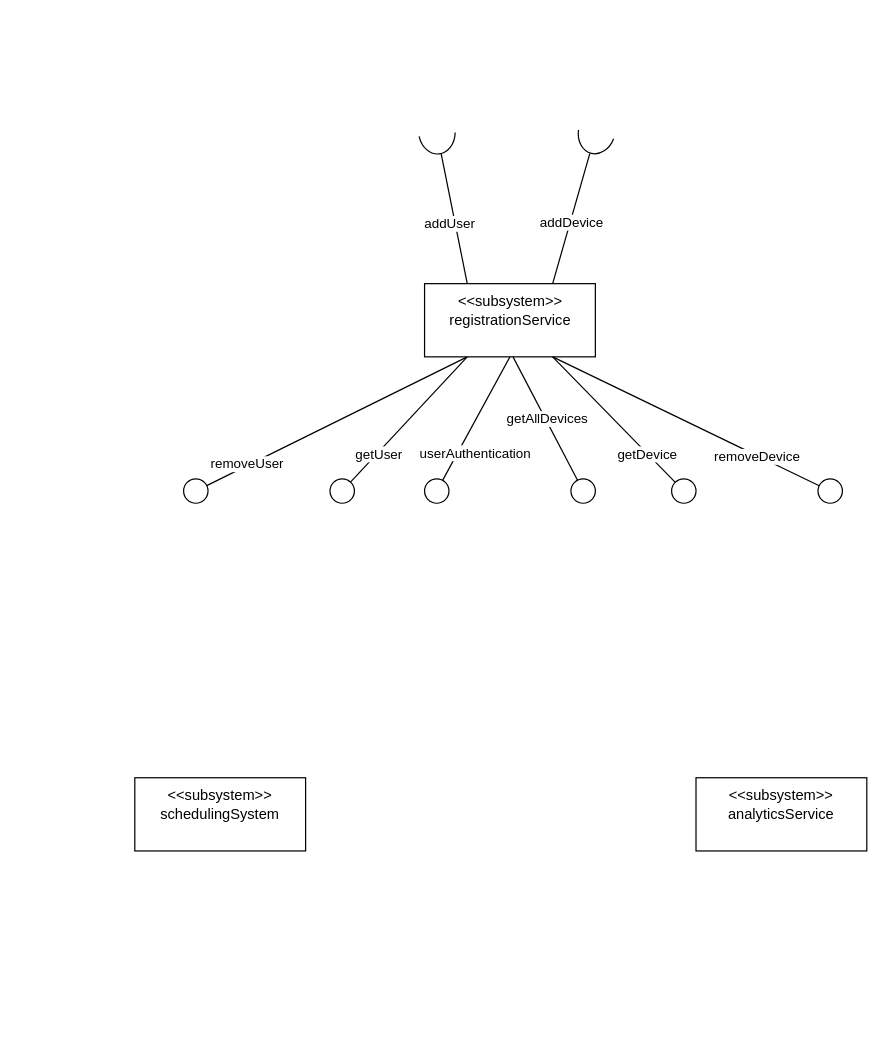
Above: milestone-2/C&C_Diagram.drawio in uvic-teach/project-m1-team15 (draw.io), before the change. Source tidied: cells renumbered, new cells numbered last; positions are measured from the earlier drawing's top-left corner, leaving out a move shared by most shapes. Both pictures are drawn from the tidied source at 122%, with x=0, y=0 at pixel (134, 21).
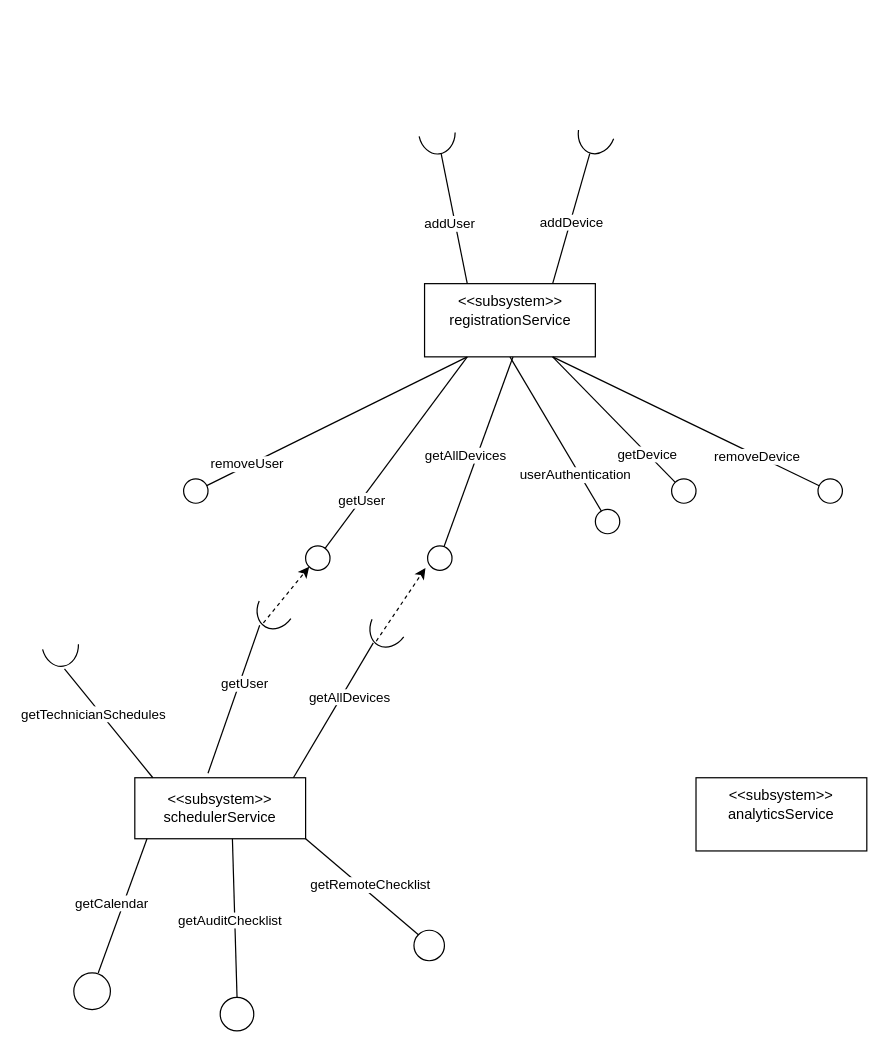
Above is the later version.

Commit message:
updated c&c diagram to include scheduler

Change to the diagram source:
```diff
@@
-    <mxCell id="7" style="endArrow=none;html=1;rounded=0;exitX=0.25;exitY=1;exitDx=0;exitDy=0;" parent="1" edge="1" source="27">
-      <mxGeometry relative="1" as="geometry">
-        <mxPoint x="170" y="385" as="targetPoint" />
-      </mxGeometry>
-    </mxCell>
-    <mxCell id="8" style="endArrow=none;html=1;rounded=0;" parent="1" edge="1" source="22">
-      <mxGeometry relative="1" as="geometry">
-        <mxPoint x="370" y="385" as="targetPoint" />
-      </mxGeometry>
-    </mxCell>
@@
     <mxCell id="22" style="ellipse;whiteSpace=wrap;html=1;" parent="1" vertex="1">
-      <mxGeometry x="357.5" y="375" width="20" height="20" as="geometry" />
+      <mxGeometry x="240" y="430" width="20" height="20" as="geometry" />
     </mxCell>
-    <mxCell id="23" style="endArrow=none;html=1;rounded=0;entryX=0.5;entryY=1;entryDx=0;entryDy=0;" parent="1" edge="1" target="24">
-      <mxGeometry relative="1" as="geometry">
-        <mxPoint x="250" y="385" as="sourcePoint" />
-      </mxGeometry>
-    </mxCell>
     <mxCell id="24" style="ellipse;whiteSpace=wrap;html=1;" parent="1" vertex="1">
-      <mxGeometry x="237.5" y="375" width="20" height="20" as="geometry" />
+      <mxGeometry x="377.5" y="400" width="20" height="20" as="geometry" />
     </mxCell>
@@
     <mxCell id="27" style="ellipse;whiteSpace=wrap;html=1;" parent="1" vertex="1">
-      <mxGeometry x="160" y="375" width="20" height="20" as="geometry" />
+      <mxGeometry x="140" y="430" width="20" height="20" as="geometry" />
     </mxCell>
@@
-    <mxCell id="37" value="schedulingSystem" style="rounded=0;whiteSpace=wrap;html=1;" parent="1" vertex="1">
-      <mxGeometry y="620" width="140" height="60" as="geometry" />
+    <mxCell id="37" style="rounded=0;whiteSpace=wrap;html=1;" parent="1" vertex="1">
+      <mxGeometry y="620" width="140" height="50" as="geometry" />
     </mxCell>
-    <mxCell id="38" value="&amp;lt;&amp;lt;subsystem&amp;gt;&amp;gt;" style="text;html=1;strokeColor=none;fillColor=none;align=center;verticalAlign=middle;whiteSpace=wrap;rounded=0;" parent="1" vertex="1">
-      <mxGeometry x="40" y="620" width="60" height="30" as="geometry" />
-    </mxCell>
@@
+    <mxCell id="41" style="endArrow=none;html=1;rounded=0;exitX=0.13;exitY=-0.061;exitDx=0;exitDy=0;exitPerimeter=0;entryX=-0.031;entryY=0.349;entryDx=0;entryDy=0;entryPerimeter=0;" parent="1" edge="1" target="43">
+      <mxGeometry relative="1" as="geometry">
+        <mxPoint x="60" y="616.3" as="sourcePoint" />
+      </mxGeometry>
+    </mxCell>
+    <mxCell id="42" value="getUser" style="edgeLabel;html=1;align=center;verticalAlign=middle;" parent="41" vertex="1">
+      <mxGeometry x="0.37" y="-1" relative="1" as="geometry">
+        <mxPoint y="9" as="offset" />
+      </mxGeometry>
+    </mxCell>
+    <mxCell id="43" style="verticalLabelPosition=bottom;verticalAlign=top;html=1;shape=mxgraph.basic.arc;startAngle=0.5205747559124867;endAngle=0.9747492307754936;rotation=-60;" parent="1" vertex="1">
+      <mxGeometry x="97.5" y="465" width="37.5" height="30" as="geometry" />
+    </mxCell>
+    <mxCell id="44" value="&amp;lt;&amp;lt;subsystem&amp;gt;&amp;gt;&lt;br&gt;schedulerService" style="text;html=1;strokeColor=none;fillColor=none;align=center;verticalAlign=middle;whiteSpace=wrap;rounded=0;" parent="1" vertex="1">
+      <mxGeometry x="10" y="630" width="120" height="30" as="geometry" />
+    </mxCell>
+    <mxCell id="45" style="endArrow=classic;html=1;rounded=0;exitX=0.053;exitY=0.405;exitDx=0;exitDy=0;exitPerimeter=0;entryX=0;entryY=1;entryDx=0;entryDy=0;dashed=1;" parent="1" edge="1" source="43" target="27">
+      <mxGeometry relative="1" as="geometry" />
+    </mxCell>
+    <mxCell id="46" style="endArrow=none;html=1;rounded=0;exitX=0.13;exitY=-0.061;exitDx=0;exitDy=0;exitPerimeter=0;entryX=-0.011;entryY=0.358;entryDx=0;entryDy=0;entryPerimeter=0;" parent="1" edge="1" target="48">
+      <mxGeometry relative="1" as="geometry">
+        <mxPoint x="130" y="620" as="sourcePoint" />
+      </mxGeometry>
+    </mxCell>
+    <mxCell id="47" value="getAllDevices" style="edgeLabel;html=1;align=center;verticalAlign=middle;" parent="46" vertex="1">
+      <mxGeometry x="0.37" y="-1" relative="1" as="geometry">
+        <mxPoint y="9" as="offset" />
+      </mxGeometry>
+    </mxCell>
+    <mxCell id="48" style="verticalLabelPosition=bottom;verticalAlign=top;html=1;shape=mxgraph.basic.arc;startAngle=0.5205747559124867;endAngle=0.9747492307754936;rotation=-60;" parent="1" vertex="1">
+      <mxGeometry x="190" y="480" width="37.5" height="30" as="geometry" />
+    </mxCell>
+    <mxCell id="49" style="endArrow=classic;html=1;rounded=0;exitX=0.053;exitY=0.405;exitDx=0;exitDy=0;exitPerimeter=0;entryX=-0.088;entryY=0.903;entryDx=0;entryDy=0;dashed=1;entryPerimeter=0;" parent="1" edge="1" source="48" target="22">
+      <mxGeometry relative="1" as="geometry" />
+    </mxCell>
+    <mxCell id="50" style="endArrow=none;html=1;rounded=0;exitX=0;exitY=0;exitDx=0;exitDy=0;entryX=-0.063;entryY=0.535;entryDx=0;entryDy=0;entryPerimeter=0;" parent="1" edge="1" target="52">
+      <mxGeometry relative="1" as="geometry">
+        <mxPoint x="14.8" y="620" as="sourcePoint" />
+      </mxGeometry>
+    </mxCell>
+    <mxCell id="51" value="getTechnicianSchedules" style="edgeLabel;html=1;align=center;verticalAlign=middle;" parent="50" vertex="1">
+      <mxGeometry x="0.37" y="-1" relative="1" as="geometry">
+        <mxPoint y="9" as="offset" />
+      </mxGeometry>
+    </mxCell>
+    <mxCell id="52" style="verticalLabelPosition=bottom;verticalAlign=top;html=1;shape=mxgraph.basic.arc;startAngle=0.5205747559124867;endAngle=0.9747492307754936;rotation=-97;" parent="1" vertex="1">
+      <mxGeometry x="-80" y="495" width="37.5" height="30" as="geometry" />
+    </mxCell>
+    <mxCell id="53" style="endArrow=none;html=1;rounded=0;" parent="1" edge="1">
+      <mxGeometry relative="1" as="geometry">
+        <mxPoint x="10" y="670" as="sourcePoint" />
+        <mxPoint x="-30" y="780" as="targetPoint" />
+      </mxGeometry>
+    </mxCell>
+    <mxCell id="54" value="getCalendar" style="edgeLabel;html=1;align=center;verticalAlign=middle;" parent="53" vertex="1">
+      <mxGeometry x="0.22" y="-3" relative="1" as="geometry">
+        <mxPoint x="-2" y="-13" as="offset" />
+      </mxGeometry>
+    </mxCell>
+    <mxCell id="55" style="ellipse;whiteSpace=wrap;html=1;" parent="1" vertex="1">
+      <mxGeometry x="-50" y="780" width="30" height="30" as="geometry" />
+    </mxCell>
+    <mxCell id="56" style="endArrow=none;html=1;rounded=0;entryX=0.5;entryY=0;entryDx=0;entryDy=0;" parent="1" edge="1">
+      <mxGeometry relative="1" as="geometry">
+        <mxPoint x="80" y="670" as="sourcePoint" />
+        <mxPoint x="83.8" y="800" as="targetPoint" />
+      </mxGeometry>
+    </mxCell>
+    <mxCell id="57" value="getAuditChecklist" style="edgeLabel;html=1;align=center;verticalAlign=middle;" parent="56" vertex="1">
+      <mxGeometry x="0.22" y="-3" relative="1" as="geometry">
+        <mxPoint x="-2" y="-13" as="offset" />
+      </mxGeometry>
+    </mxCell>
+    <mxCell id="58" style="ellipse;whiteSpace=wrap;html=1;" parent="1" vertex="1">
+      <mxGeometry x="70" y="800" width="27.5" height="27.5" as="geometry" />
+    </mxCell>
+    <mxCell id="59" style="endArrow=none;html=1;rounded=0;exitX=1;exitY=1;exitDx=0;exitDy=0;entryX=0;entryY=0;entryDx=0;entryDy=0;" parent="1" edge="1" source="37" target="61">
+      <mxGeometry relative="1" as="geometry" />
+    </mxCell>
+    <mxCell id="60" value="getRemoteChecklist" style="edgeLabel;html=1;align=center;verticalAlign=middle;" parent="59" vertex="1">
+      <mxGeometry x="0.22" y="-3" relative="1" as="geometry">
+        <mxPoint x="-2" y="-13" as="offset" />
+      </mxGeometry>
+    </mxCell>
+    <mxCell id="61" style="ellipse;whiteSpace=wrap;html=1;" parent="1" vertex="1">
+      <mxGeometry x="228.8" y="745" width="25" height="25" as="geometry" />
+    </mxCell>
```
